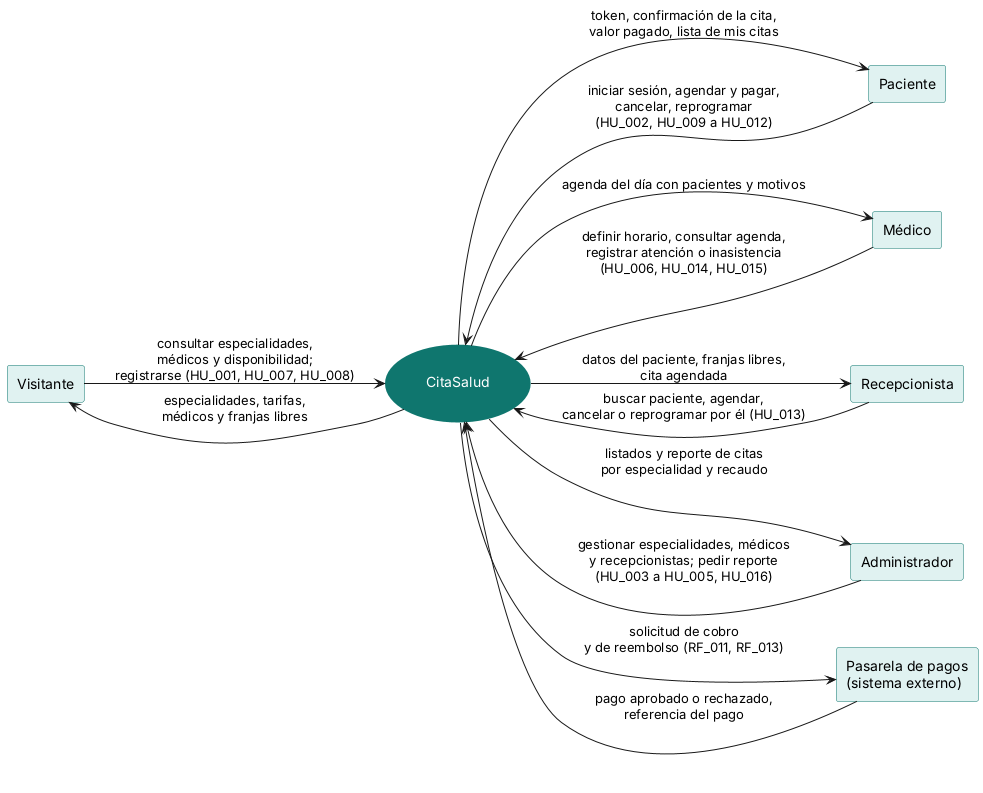
This is diagramas/vista-contexto.png from laurameza7/CitaSalud, a PlantUML export, as it was before one commit.
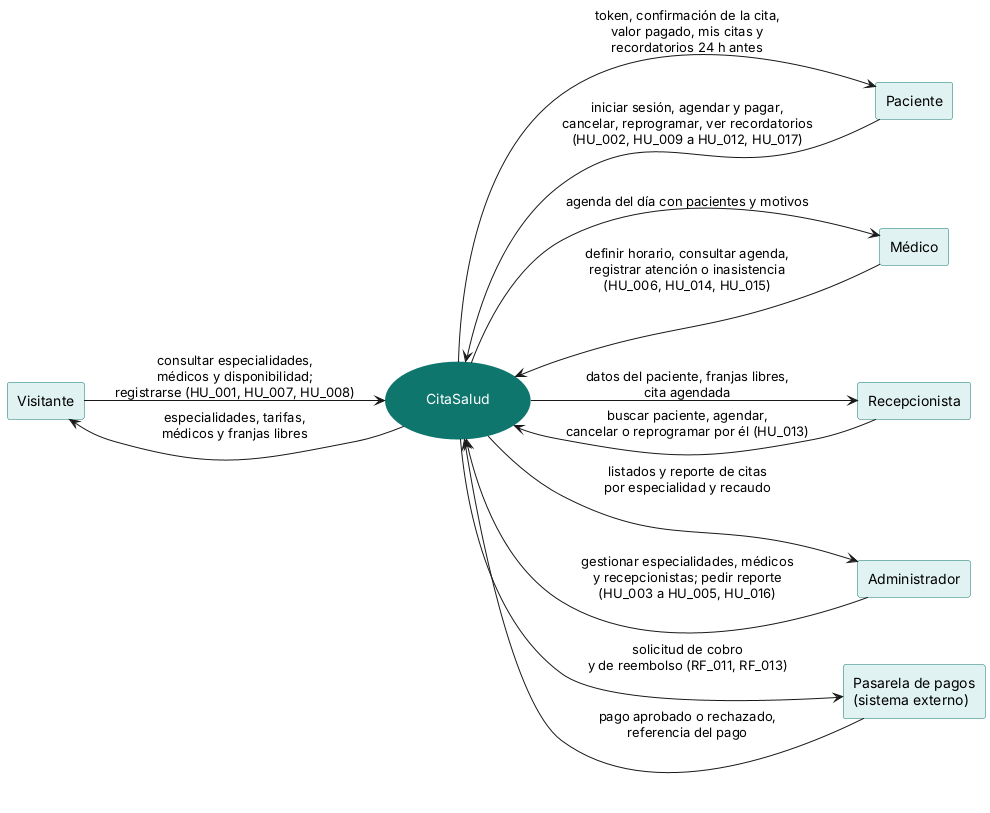
The same diagram one commit later.

The edit, as a diff of the source:
```diff
@@ -24,8 +24,8 @@
 V --> S : consultar especialidades,\nmédicos y disponibilidad;\nregistrarse (HU_001, HU_007, HU_008)
 S --> V : especialidades, tarifas,\nmédicos y franjas libres
 
-P --> S : iniciar sesión, agendar y pagar,\ncancelar, reprogramar\n(HU_002, HU_009 a HU_012)
-S --> P : token, confirmación de la cita,\nvalor pagado, lista de mis citas
+P --> S : iniciar sesión, agendar y pagar,\ncancelar, reprogramar, ver recordatorios\n(HU_002, HU_009 a HU_012, HU_017)
+S --> P : token, confirmación de la cita,\nvalor pagado, mis citas y\nrecordatorios 24 h antes
 
 M --> S : definir horario, consultar agenda,\nregistrar atención o inasistencia\n(HU_006, HU_014, HU_015)
 S --> M : agenda del día con pacientes y motivos
```
